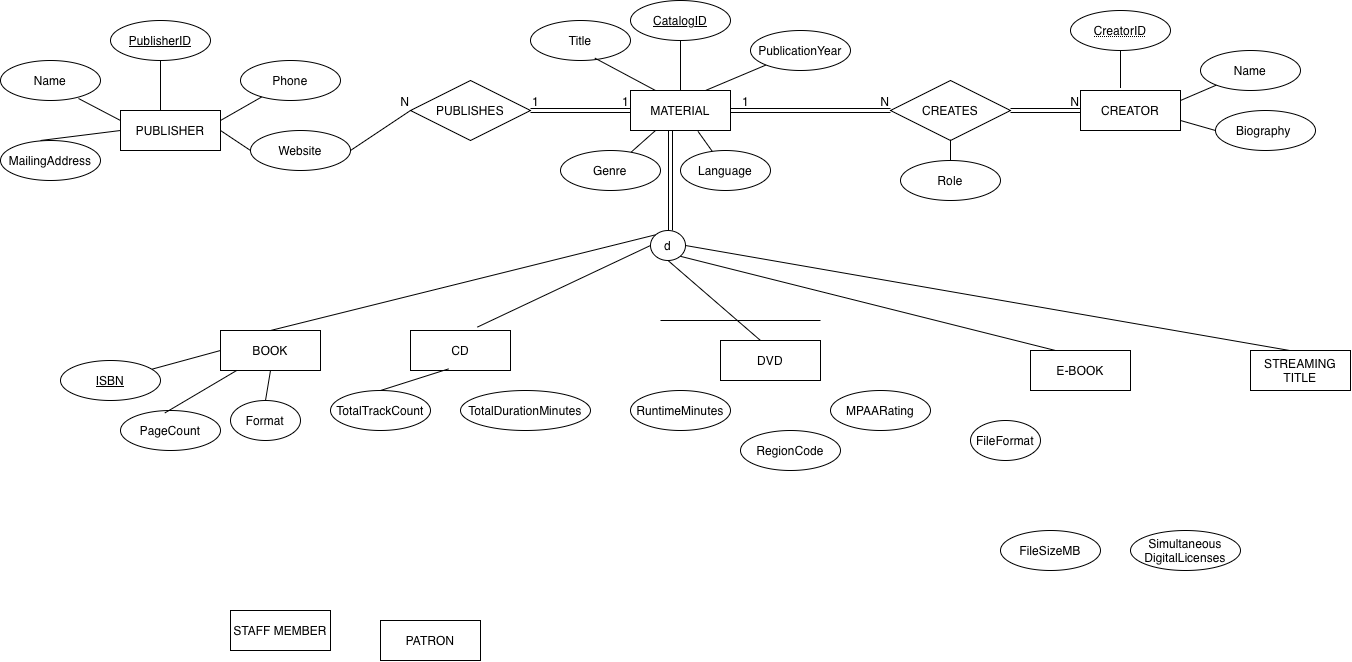
Above: Untitled Diagram.drawio.png in nifemiolayiwola/ER-diagram (draw.io), before the change. Source tidied: cells renumbered, new cells last; positions are measured from the earlier drawing's top-left corner, leaving out a move shared by most shapes.
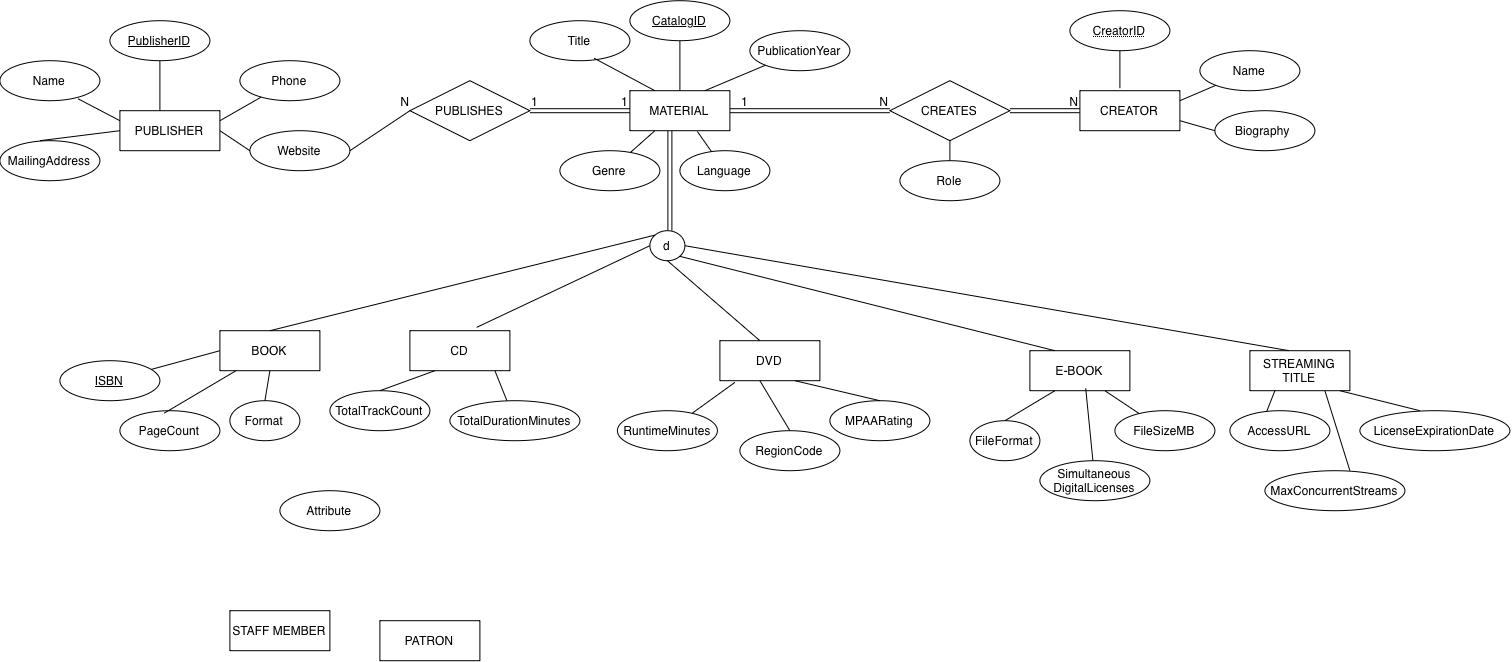
After the change.

The edit, as a diff of the source:
```diff
@@ -189,10 +189,10 @@
       <mxGeometry relative="1" as="geometry" />
     </mxCell>
     <mxCell id="59" value="FileSizeMB" style="ellipse;whiteSpace=wrap;html=1;align=center;" parent="1" vertex="1">
-      <mxGeometry x="1000" y="530" width="100" height="40" as="geometry" />
+      <mxGeometry x="1115" y="410" width="100" height="40" as="geometry" />
     </mxCell>
     <mxCell id="60" value="MPAARating" style="ellipse;whiteSpace=wrap;html=1;align=center;" parent="1" vertex="1">
-      <mxGeometry x="830" y="390" width="100" height="40" as="geometry" />
+      <mxGeometry x="830" y="400" width="100" height="40" as="geometry" />
     </mxCell>
     <mxCell id="61" value="Format" style="ellipse;whiteSpace=wrap;html=1;align=center;" parent="1" vertex="1">
       <mxGeometry x="230" y="400" width="70" height="40" as="geometry" />
@@ -201,13 +201,13 @@
       <mxGeometry x="740" y="430" width="100" height="40" as="geometry" />
     </mxCell>
     <mxCell id="63" value="TotalDurationMinutes" style="ellipse;whiteSpace=wrap;html=1;align=center;" parent="1" vertex="1">
-      <mxGeometry x="460" y="390" width="130" height="40" as="geometry" />
+      <mxGeometry x="450" y="400" width="130" height="40" as="geometry" />
     </mxCell>
     <mxCell id="64" value="Simultaneous&lt;div&gt;DigitalLicenses&lt;/div&gt;" style="ellipse;whiteSpace=wrap;html=1;align=center;" parent="1" vertex="1">
-      <mxGeometry x="1130" y="530" width="110" height="40" as="geometry" />
+      <mxGeometry x="1040" y="460" width="110" height="40" as="geometry" />
     </mxCell>
     <mxCell id="65" value="RuntimeMinutes" style="ellipse;whiteSpace=wrap;html=1;align=center;" parent="1" vertex="1">
-      <mxGeometry x="630" y="390" width="100" height="40" as="geometry" />
+      <mxGeometry x="617.5" y="410" width="100" height="40" as="geometry" />
     </mxCell>
     <mxCell id="66" value="TotalTrackCount" style="ellipse;whiteSpace=wrap;html=1;align=center;" parent="1" vertex="1">
       <mxGeometry x="330" y="390" width="100" height="40" as="geometry" />
@@ -230,14 +230,54 @@
     <mxCell id="72" style="endArrow=none;html=1;rounded=0;entryX=0.5;entryY=1;entryDx=0;entryDy=0;exitX=0.5;exitY=0;exitDx=0;exitDy=0;" parent="1" edge="1" source="61" target="57">
       <mxGeometry relative="1" as="geometry" />
     </mxCell>
-    <mxCell id="73" style="endArrow=none;html=1;rounded=0;entryX=0.383;entryY=0.958;entryDx=0;entryDy=0;entryPerimeter=0;exitX=0.5;exitY=0;exitDx=0;exitDy=0;" parent="1" edge="1" source="66" target="19">
+    <mxCell id="73" style="endArrow=none;html=1;rounded=0;entryX=0.25;entryY=1;entryDx=0;entryDy=0;exitX=0.5;exitY=0;exitDx=0;exitDy=0;" parent="1" edge="1" source="66" target="19">
       <mxGeometry relative="1" as="geometry" />
     </mxCell>
-    <mxCell id="74" style="endArrow=none;html=1;rounded=0;" parent="1" edge="1">
-      <mxGeometry relative="1" as="geometry">
-        <mxPoint x="660" y="320" as="sourcePoint" />
-        <mxPoint x="820" y="320" as="targetPoint" />
-      </mxGeometry>
+    <mxCell id="74" style="endArrow=none;html=1;rounded=0;exitX=0.75;exitY=1;exitDx=0;exitDy=0;entryX=0.5;entryY=0;entryDx=0;entryDy=0;" parent="1" edge="1" source="20" target="60">
+      <mxGeometry relative="1" as="geometry" />
     </mxCell>
+    <mxCell id="75" style="endArrow=none;html=1;rounded=0;exitX=0.85;exitY=1;exitDx=0;exitDy=0;exitPerimeter=0;" parent="1" edge="1" source="19" target="63">
+      <mxGeometry relative="1" as="geometry" />
+    </mxCell>
+    <mxCell id="76" style="endArrow=none;html=1;rounded=0;exitX=0.5;exitY=0;exitDx=0;exitDy=0;entryX=0.25;entryY=1;entryDx=0;entryDy=0;" parent="1" edge="1" source="68" target="21">
+      <mxGeometry relative="1" as="geometry" />
+    </mxCell>
+    <mxCell id="77" style="endArrow=none;html=1;rounded=0;entryX=0.15;entryY=1.042;entryDx=0;entryDy=0;entryPerimeter=0;" parent="1" edge="1" source="65" target="20">
+      <mxGeometry relative="1" as="geometry" />
+    </mxCell>
+    <mxCell id="78" style="endArrow=none;html=1;rounded=0;entryX=0.5;entryY=0;entryDx=0;entryDy=0;exitX=0.4;exitY=1;exitDx=0;exitDy=0;exitPerimeter=0;" parent="1" edge="1" source="20" target="62">
+      <mxGeometry relative="1" as="geometry" />
+    </mxCell>
+    <mxCell id="79" style="endArrow=none;html=1;rounded=0;exitX=0.4;exitY=0;exitDx=0;exitDy=0;exitPerimeter=0;" parent="1" edge="1" source="84">
+      <mxGeometry relative="1" as="geometry">
+        <mxPoint x="1340" y="390" as="targetPoint" />
+      </mxGeometry>
+    </mxCell>
+    <mxCell id="80" style="endArrow=none;html=1;rounded=0;entryX=0.558;entryY=0.938;entryDx=0;entryDy=0;entryPerimeter=0;" parent="1" edge="1" source="64" target="21">
+      <mxGeometry relative="1" as="geometry" />
+    </mxCell>
+    <mxCell id="81" style="endArrow=none;html=1;rounded=0;exitX=0.25;exitY=1;exitDx=0;exitDy=0;entryX=0.358;entryY=0.083;entryDx=0;entryDy=0;entryPerimeter=0;" parent="1" edge="1" source="22" target="86">
+      <mxGeometry relative="1" as="geometry" />
+    </mxCell>
+    <mxCell id="82" style="endArrow=none;html=1;rounded=0;exitX=0.75;exitY=1;exitDx=0;exitDy=0;" parent="1" edge="1" source="21" target="59">
+      <mxGeometry relative="1" as="geometry" />
+    </mxCell>
+    <mxCell id="83" value="Attribute" style="ellipse;whiteSpace=wrap;html=1;align=center;" parent="1" vertex="1">
+      <mxGeometry x="280" y="490" width="100" height="40" as="geometry" />
+    </mxCell>
+    <mxCell id="84" value="LicenseExpirationDate" style="ellipse;whiteSpace=wrap;html=1;align=center;" parent="1" vertex="1">
+      <mxGeometry x="1360" y="410" width="150" height="40" as="geometry" />
+    </mxCell>
+    <mxCell id="85" value="MaxConcurrentStreams" style="ellipse;whiteSpace=wrap;html=1;align=center;" parent="1" vertex="1">
+      <mxGeometry x="1265" y="470" width="140" height="40" as="geometry" />
+    </mxCell>
+    <mxCell id="86" value="AccessURL" style="ellipse;whiteSpace=wrap;html=1;align=center;" parent="1" vertex="1">
+      <mxGeometry x="1230" y="410" width="100" height="40" as="geometry" />
+    </mxCell>
+    <mxCell id="87" style="endArrow=none;html=1;rounded=0;entryX=0.75;entryY=1;entryDx=0;entryDy=0;" parent="1" edge="1" target="22">
+      <mxGeometry relative="1" as="geometry">
+        <mxPoint x="1350" y="470" as="sourcePoint" />
+      </mxGeometry>
+    </mxCell>
   </root>
 </mxGraphModel>
```
